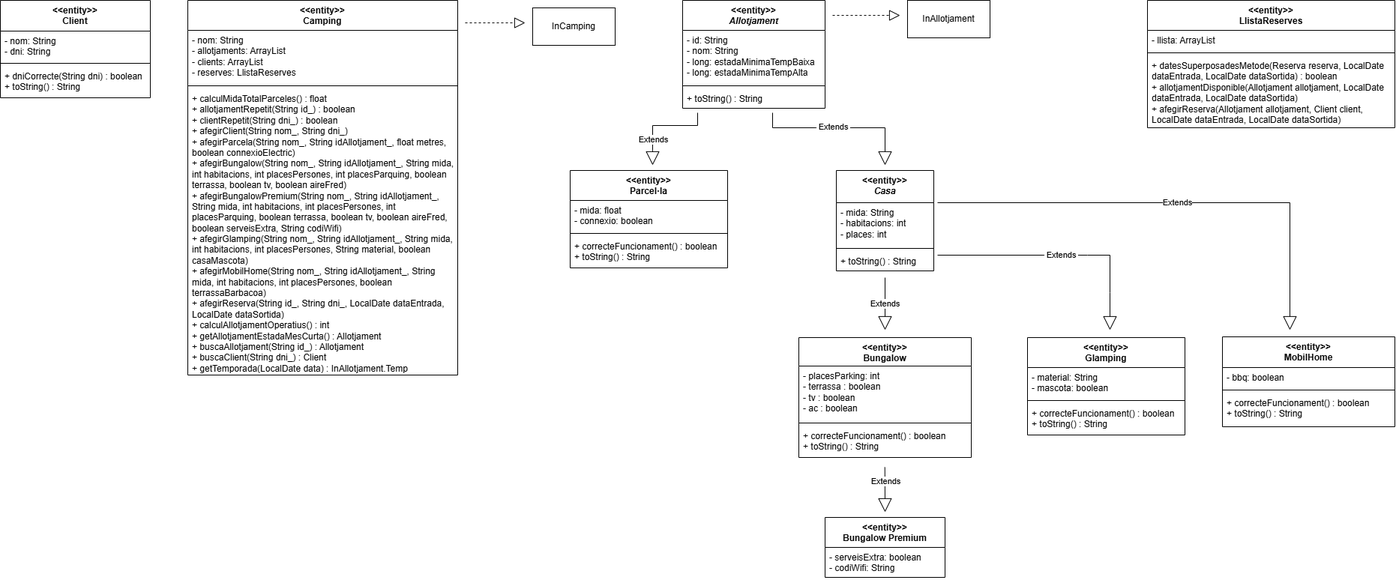
martimiro/Prog-II keeps this draw.io diagram as Practica1.png. Above is the earlier version. Source tidied: cells renumbered, new cells last; positions are measured from the earlier drawing's top-left corner, leaving out a move shared by most shapes. Source of this version:
```xml
<mxGraphModel background="#ffffff">
  <root>
    <mxCell id="0" />
    <mxCell id="1" parent="0" />
    <mxCell id="2" value="&lt;div&gt;&amp;lt;&amp;lt;entity&amp;gt;&amp;gt;&lt;/div&gt;Camping" style="swimlane;fontStyle=1;align=center;verticalAlign=top;horizontal=1;startSize=40;whiteSpace=wrap;html=1;" parent="1" vertex="1">
      <mxGeometry x="250" width="360" height="500" as="geometry" />
    </mxCell>
    <mxCell id="3" value="- nom: String&lt;div&gt;- allotjaments: ArrayList&lt;/div&gt;&lt;div&gt;- clients: ArrayList&lt;/div&gt;&lt;div&gt;- reserves: LlistaReserves&lt;br&gt;&lt;div&gt;&lt;br&gt;&lt;/div&gt;&lt;/div&gt;" style="text;strokeColor=none;fillColor=none;align=left;verticalAlign=top;spacingLeft=4;spacingRight=4;overflow=hidden;whiteSpace=wrap;html=1;" parent="2" vertex="1">
      <mxGeometry y="40" width="360" height="70" as="geometry" />
    </mxCell>
    <mxCell id="4" style="line;strokeWidth=1;fillColor=none;align=left;verticalAlign=middle;spacingTop=-1;spacingLeft=3;spacingRight=3;labelPosition=right;strokeColor=inherit;" parent="2" vertex="1">
      <mxGeometry y="110" width="360" height="8" as="geometry" />
    </mxCell>
    <mxCell id="5" value="+ calculMidaTotalParceles() : float&lt;div&gt;+ allotjamentRepetit(String id_) : boolean&lt;/div&gt;&lt;div&gt;+ clientRepetit(String dni_) : boolean&lt;/div&gt;&lt;div&gt;+ afegirClient(String nom_, String dni_)&lt;/div&gt;&lt;div&gt;+ afegirParcela(String nom_, String idAllotjament_, float metres, boolean connexioElectric)&lt;/div&gt;&lt;div&gt;+&amp;nbsp;afegirBungalow(String nom_, String idAllotjament_, String mida, int habitacions, int placesPersones, int placesParquing, boolean terrassa, boolean tv, boolean aireFred)&lt;/div&gt;&lt;div&gt;+&amp;nbsp;afegirBungalowPremium(String nom_, String idAllotjament_, String mida, int habitacions, int placesPersones, int placesParquing, boolean terrassa, boolean tv, boolean aireFred, boolean serveisExtra, String codiWifi)&lt;/div&gt;&lt;div&gt;+&amp;nbsp;afegirGlamping(String nom_, String idAllotjament_, String mida, int habitacions, int placesPersones, String material, boolean casaMascota)&lt;/div&gt;&lt;div&gt;+&amp;nbsp;afegirMobilHome(String nom_, String idAllotjament_, String mida, int habitacions, int placesPersones, boolean terrassaBarbacoa)&lt;/div&gt;&lt;div&gt;+&amp;nbsp;afegirReserva(String id_, String dni_, LocalDate dataEntrada, LocalDate dataSortida)&lt;/div&gt;&lt;div&gt;+ calculAllotjamentOperatius() : int&lt;/div&gt;&lt;div&gt;+ getAllotjamentEstadaMesCurta() : Allotjament&lt;/div&gt;&lt;div&gt;+ buscaAllotjament(String id_) : Allotjament&lt;/div&gt;&lt;div&gt;+ buscaClient(String dni_) : Client&lt;/div&gt;&lt;div&gt;+ getTemporada(LocalDate data) : InAllotjament.Temp&lt;/div&gt;" style="text;strokeColor=none;fillColor=none;align=left;verticalAlign=top;spacingLeft=4;spacingRight=4;overflow=hidden;whiteSpace=wrap;html=1;" parent="2" vertex="1">
      <mxGeometry y="118" width="360" height="382" as="geometry" />
    </mxCell>
    <mxCell id="6" value="&lt;div&gt;&amp;lt;&amp;lt;entity&amp;gt;&amp;gt;&lt;/div&gt;&lt;i&gt;Allotjament&lt;/i&gt;" style="swimlane;fontStyle=1;align=center;verticalAlign=top;horizontal=1;startSize=40;whiteSpace=wrap;html=1;" parent="1" vertex="1">
      <mxGeometry x="910" width="190" height="144" as="geometry" />
    </mxCell>
    <mxCell id="7" style="endArrow=block;dashed=1;endFill=0;endSize=12;html=1;rounded=0;" parent="6" edge="1">
      <mxGeometry relative="1" as="geometry">
        <mxPoint x="200" y="20" as="sourcePoint" />
        <mxPoint x="290" y="20" as="targetPoint" />
      </mxGeometry>
    </mxCell>
    <mxCell id="8" value="- id: String&lt;div&gt;- nom: String&lt;/div&gt;&lt;div&gt;- long: estadaMinimaTempBaixa&lt;/div&gt;&lt;div&gt;- long: estadaMinimaTempAlta&lt;/div&gt;" style="text;strokeColor=none;fillColor=none;align=left;verticalAlign=top;spacingLeft=4;spacingRight=4;overflow=hidden;whiteSpace=wrap;html=1;" parent="6" vertex="1">
      <mxGeometry y="40" width="190" height="70" as="geometry" />
    </mxCell>
    <mxCell id="9" style="line;strokeWidth=1;fillColor=none;align=left;verticalAlign=middle;spacingTop=-1;spacingLeft=3;spacingRight=3;labelPosition=right;strokeColor=inherit;" parent="6" vertex="1">
      <mxGeometry y="110" width="190" height="8" as="geometry" />
    </mxCell>
    <mxCell id="10" value="+ toString() : String" style="text;strokeColor=none;fillColor=none;align=left;verticalAlign=top;spacingLeft=4;spacingRight=4;overflow=hidden;whiteSpace=wrap;html=1;" parent="6" vertex="1">
      <mxGeometry y="118" width="190" height="26" as="geometry" />
    </mxCell>
    <mxCell id="11" value="&lt;div&gt;&amp;lt;&amp;lt;entity&amp;gt;&amp;gt;&lt;/div&gt;Client" style="swimlane;fontStyle=1;align=center;verticalAlign=top;horizontal=1;startSize=41;whiteSpace=wrap;html=1;" parent="1" vertex="1">
      <mxGeometry width="200" height="130" as="geometry" />
    </mxCell>
    <mxCell id="12" value="- nom: String&lt;div&gt;- dni: String&lt;/div&gt;" style="text;strokeColor=none;fillColor=none;align=left;verticalAlign=top;spacingLeft=4;spacingRight=4;overflow=hidden;whiteSpace=wrap;html=1;" parent="11" vertex="1">
      <mxGeometry y="41" width="200" height="39" as="geometry" />
    </mxCell>
    <mxCell id="13" style="line;strokeWidth=1;fillColor=none;align=left;verticalAlign=middle;spacingTop=-1;spacingLeft=3;spacingRight=3;labelPosition=right;strokeColor=inherit;" parent="11" vertex="1">
      <mxGeometry y="80" width="200" height="8" as="geometry" />
    </mxCell>
    <mxCell id="14" value="+ dniCorrecte(String dni) : boolean&lt;div&gt;+ toString() : String&lt;/div&gt;" style="text;strokeColor=none;fillColor=none;align=left;verticalAlign=top;spacingLeft=4;spacingRight=4;overflow=hidden;whiteSpace=wrap;html=1;" parent="11" vertex="1">
      <mxGeometry y="88" width="200" height="42" as="geometry" />
    </mxCell>
    <mxCell id="15" value="InCamping" style="html=1;whiteSpace=wrap;" parent="1" vertex="1">
      <mxGeometry x="710" y="10" width="110" height="50" as="geometry" />
    </mxCell>
    <mxCell id="16" style="endArrow=block;endSize=16;endFill=0;html=1;rounded=0;" parent="1" edge="1">
      <mxGeometry relative="1" as="geometry">
        <mxPoint x="930" y="150" as="sourcePoint" />
        <mxPoint x="870" y="220" as="targetPoint" />
        <Array as="points">
          <mxPoint x="930" y="167" />
          <mxPoint x="870" y="167" />
          <mxPoint x="870" y="200" />
        </Array>
      </mxGeometry>
    </mxCell>
    <mxCell id="17" value="Extends" style="edgeLabel;html=1;align=center;verticalAlign=middle;" parent="16" vertex="1">
      <mxGeometry x="0.46" relative="1" as="geometry" />
    </mxCell>
    <mxCell id="18" value="&amp;lt;&amp;lt;entity&amp;gt;&amp;gt;&lt;div&gt;Parcel·la&lt;/div&gt;" style="swimlane;fontStyle=1;align=center;verticalAlign=top;horizontal=1;startSize=40;whiteSpace=wrap;html=1;" parent="1" vertex="1">
      <mxGeometry x="760" y="227" width="210" height="130" as="geometry" />
    </mxCell>
    <mxCell id="19" value="- mida: float&lt;div&gt;- connexio: boolean&lt;/div&gt;" style="text;strokeColor=none;fillColor=none;align=left;verticalAlign=top;spacingLeft=4;spacingRight=4;overflow=hidden;whiteSpace=wrap;html=1;" parent="18" vertex="1">
      <mxGeometry y="40" width="210" height="40" as="geometry" />
    </mxCell>
    <mxCell id="20" style="line;strokeWidth=1;fillColor=none;align=left;verticalAlign=middle;spacingTop=-1;spacingLeft=3;spacingRight=3;labelPosition=right;strokeColor=inherit;" parent="18" vertex="1">
      <mxGeometry y="80" width="210" height="8" as="geometry" />
    </mxCell>
    <mxCell id="21" value="+ correcteFuncionament() : boolean&lt;div&gt;+ toString() : String&lt;/div&gt;" style="text;strokeColor=none;fillColor=none;align=left;verticalAlign=top;spacingLeft=4;spacingRight=4;overflow=hidden;whiteSpace=wrap;html=1;" parent="18" vertex="1">
      <mxGeometry y="88" width="210" height="42" as="geometry" />
    </mxCell>
    <mxCell id="22" style="endArrow=block;endSize=16;endFill=0;html=1;rounded=0;" parent="1" edge="1">
      <mxGeometry relative="1" as="geometry">
        <mxPoint x="1030" y="150" as="sourcePoint" />
        <mxPoint x="1180" y="220" as="targetPoint" />
        <Array as="points">
          <mxPoint x="1030" y="170" />
          <mxPoint x="1180" y="170" />
        </Array>
      </mxGeometry>
    </mxCell>
    <mxCell id="23" value="&amp;nbsp;Extends&amp;nbsp;" style="edgeLabel;html=1;align=center;verticalAlign=middle;" parent="22" vertex="1">
      <mxGeometry x="-0.08" y="2" relative="1" as="geometry" />
    </mxCell>
    <mxCell id="24" value="&amp;lt;&amp;lt;entity&amp;gt;&amp;gt;&lt;div&gt;Bungalow&lt;/div&gt;&lt;div&gt;&lt;br&gt;&lt;/div&gt;" style="swimlane;fontStyle=1;align=center;verticalAlign=top;horizontal=1;startSize=38;whiteSpace=wrap;html=1;" parent="1" vertex="1">
      <mxGeometry x="1065" y="450" width="230" height="160" as="geometry" />
    </mxCell>
    <mxCell id="25" value="- placesParking: int&lt;div&gt;- terrassa : boolean&lt;/div&gt;&lt;div&gt;- tv : boolean&lt;/div&gt;&lt;div&gt;- ac : boolean&lt;/div&gt;" style="text;strokeColor=none;fillColor=none;align=left;verticalAlign=top;spacingLeft=4;spacingRight=4;overflow=hidden;whiteSpace=wrap;html=1;" parent="24" vertex="1">
      <mxGeometry y="38" width="230" height="72" as="geometry" />
    </mxCell>
    <mxCell id="26" style="line;strokeWidth=1;fillColor=none;align=left;verticalAlign=middle;spacingTop=-1;spacingLeft=3;spacingRight=3;labelPosition=right;strokeColor=inherit;" parent="24" vertex="1">
      <mxGeometry y="110" width="230" height="8" as="geometry" />
    </mxCell>
    <mxCell id="27" value="+ correcteFuncionament() : boolean&lt;div&gt;+ toString() : String&lt;/div&gt;" style="text;strokeColor=none;fillColor=none;align=left;verticalAlign=top;spacingLeft=4;spacingRight=4;overflow=hidden;whiteSpace=wrap;html=1;" parent="24" vertex="1">
      <mxGeometry y="118" width="230" height="42" as="geometry" />
    </mxCell>
    <mxCell id="28" style="endArrow=block;endSize=16;endFill=0;html=1;rounded=0;" parent="1" edge="1">
      <mxGeometry relative="1" as="geometry">
        <mxPoint x="1179.8" y="623" as="sourcePoint" />
        <mxPoint x="1180" y="683" as="targetPoint" />
      </mxGeometry>
    </mxCell>
    <mxCell id="29" value="Extends" style="edgeLabel;html=1;align=center;verticalAlign=middle;" parent="28" vertex="1">
      <mxGeometry x="-0.4" relative="1" as="geometry" />
    </mxCell>
    <mxCell id="30" value="&amp;lt;&amp;lt;entity&amp;gt;&amp;gt;&lt;br&gt;Bungalow Premium" style="swimlane;fontStyle=1;align=center;verticalAlign=top;horizontal=1;startSize=40;whiteSpace=wrap;html=1;" parent="1" vertex="1">
      <mxGeometry x="1100" y="690" width="160" height="80" as="geometry" />
    </mxCell>
    <mxCell id="31" value="- serveisExtra: boolean&lt;div&gt;- codiWifi: String&lt;/div&gt;" style="text;strokeColor=none;fillColor=none;align=left;verticalAlign=top;spacingLeft=4;spacingRight=4;overflow=hidden;whiteSpace=wrap;html=1;" parent="30" vertex="1">
      <mxGeometry y="40" width="160" height="40" as="geometry" />
    </mxCell>
    <mxCell id="32" value="InAllotjament" style="html=1;whiteSpace=wrap;" parent="1" vertex="1">
      <mxGeometry x="1210" width="110" height="50" as="geometry" />
    </mxCell>
    <mxCell id="33" value="&amp;lt;&amp;lt;entity&amp;gt;&amp;gt;&lt;div&gt;&lt;i&gt;Casa&lt;/i&gt;&lt;/div&gt;" style="swimlane;fontStyle=1;align=center;verticalAlign=top;horizontal=1;startSize=43;whiteSpace=wrap;html=1;" parent="1" vertex="1">
      <mxGeometry x="1115" y="227" width="130" height="134" as="geometry" />
    </mxCell>
    <mxCell id="34" value="- mida: String&lt;div&gt;- habitacions: int&lt;/div&gt;&lt;div&gt;- places: int&lt;/div&gt;" style="text;strokeColor=none;fillColor=none;align=left;verticalAlign=top;spacingLeft=4;spacingRight=4;overflow=hidden;whiteSpace=wrap;html=1;" parent="33" vertex="1">
      <mxGeometry y="43" width="130" height="57" as="geometry" />
    </mxCell>
    <mxCell id="35" style="line;strokeWidth=1;fillColor=none;align=left;verticalAlign=middle;spacingTop=-1;spacingLeft=3;spacingRight=3;labelPosition=right;strokeColor=inherit;" parent="33" vertex="1">
      <mxGeometry y="100" width="130" height="8" as="geometry" />
    </mxCell>
    <mxCell id="36" value="+ toString() : String" style="text;strokeColor=none;fillColor=none;align=left;verticalAlign=top;spacingLeft=4;spacingRight=4;overflow=hidden;whiteSpace=wrap;html=1;" parent="33" vertex="1">
      <mxGeometry y="108" width="130" height="26" as="geometry" />
    </mxCell>
    <mxCell id="37" value="Extends" style="endArrow=block;endSize=16;endFill=0;html=1;rounded=0;" parent="1" edge="1">
      <mxGeometry relative="1" as="geometry">
        <mxPoint x="1180" y="370" as="sourcePoint" />
        <mxPoint x="1180" y="440" as="targetPoint" />
      </mxGeometry>
    </mxCell>
    <mxCell id="38" value="&amp;nbsp;Extends&amp;nbsp;" style="endArrow=block;endSize=16;endFill=0;html=1;rounded=0;" parent="1" edge="1">
      <mxGeometry relative="1" as="geometry">
        <mxPoint x="1250" y="340" as="sourcePoint" />
        <mxPoint x="1480" y="440" as="targetPoint" />
        <Array as="points">
          <mxPoint x="1450" y="340" />
          <mxPoint x="1480" y="340" />
          <mxPoint x="1480" y="390" />
        </Array>
      </mxGeometry>
    </mxCell>
    <mxCell id="39" value="&amp;lt;&amp;lt;entity&amp;gt;&amp;gt;&lt;div&gt;Glamping&lt;/div&gt;" style="swimlane;fontStyle=1;align=center;verticalAlign=top;horizontal=1;startSize=40;whiteSpace=wrap;html=1;" parent="1" vertex="1">
      <mxGeometry x="1370" y="450" width="210" height="130" as="geometry" />
    </mxCell>
    <mxCell id="40" value="- material: String&lt;div&gt;- mascota: boolean&lt;/div&gt;" style="text;strokeColor=none;fillColor=none;align=left;verticalAlign=top;spacingLeft=4;spacingRight=4;overflow=hidden;whiteSpace=wrap;html=1;" parent="39" vertex="1">
      <mxGeometry y="40" width="210" height="40" as="geometry" />
    </mxCell>
    <mxCell id="41" style="line;strokeWidth=1;fillColor=none;align=left;verticalAlign=middle;spacingTop=-1;spacingLeft=3;spacingRight=3;labelPosition=right;strokeColor=inherit;" parent="39" vertex="1">
      <mxGeometry y="80" width="210" height="8" as="geometry" />
    </mxCell>
    <mxCell id="42" value="+ correcteFuncionament() : boolean&lt;div&gt;+ toString() : String&lt;/div&gt;" style="text;strokeColor=none;fillColor=none;align=left;verticalAlign=top;spacingLeft=4;spacingRight=4;overflow=hidden;whiteSpace=wrap;html=1;" parent="39" vertex="1">
      <mxGeometry y="88" width="210" height="42" as="geometry" />
    </mxCell>
    <mxCell id="43" value="&lt;div&gt;&amp;lt;&amp;lt;entity&amp;gt;&amp;gt;&lt;/div&gt;LlistaReserves" style="swimlane;fontStyle=1;align=center;verticalAlign=top;horizontal=1;startSize=40;whiteSpace=wrap;html=1;" parent="1" vertex="1">
      <mxGeometry x="1530" width="330" height="170" as="geometry" />
    </mxCell>
    <mxCell id="44" value="- llista: ArrayList" style="text;strokeColor=none;fillColor=none;align=left;verticalAlign=top;spacingLeft=4;spacingRight=4;overflow=hidden;whiteSpace=wrap;html=1;" parent="43" vertex="1">
      <mxGeometry y="40" width="330" height="26" as="geometry" />
    </mxCell>
    <mxCell id="45" style="line;strokeWidth=1;fillColor=none;align=left;verticalAlign=middle;spacingTop=-1;spacingLeft=3;spacingRight=3;labelPosition=right;strokeColor=inherit;" parent="43" vertex="1">
      <mxGeometry y="66" width="330" height="8" as="geometry" />
    </mxCell>
    <mxCell id="46" value="+&amp;nbsp;datesSuperposadesMetode(Reserva reserva, LocalDate dataEntrada, LocalDate dataSortida) : boolean&lt;div&gt;+&amp;nbsp;allotjamentDisponible(Allotjament allotjament, LocalDate dataEntrada, LocalDate dataSortida)&lt;/div&gt;&lt;div&gt;+ afegirReserva(Allotjament allotjament, Client client, LocalDate dataEntrada, LocalDate dataSortida)&lt;/div&gt;" style="text;strokeColor=none;fillColor=none;align=left;verticalAlign=top;spacingLeft=4;spacingRight=4;overflow=hidden;whiteSpace=wrap;html=1;" parent="43" vertex="1">
      <mxGeometry y="74" width="330" height="96" as="geometry" />
    </mxCell>
    <mxCell id="47" style="endArrow=block;dashed=1;endFill=0;endSize=12;html=1;rounded=0;" parent="1" edge="1">
      <mxGeometry relative="1" as="geometry">
        <mxPoint x="620" y="30" as="sourcePoint" />
        <mxPoint x="700" y="30" as="targetPoint" />
      </mxGeometry>
    </mxCell>
    <mxCell id="48" value="Extends" style="endArrow=block;endSize=16;endFill=0;html=1;rounded=0;" parent="1" edge="1">
      <mxGeometry relative="1" as="geometry">
        <mxPoint x="1250" y="270" as="sourcePoint" />
        <mxPoint x="1720" y="440" as="targetPoint" />
        <Array as="points">
          <mxPoint x="1720" y="270" />
        </Array>
      </mxGeometry>
    </mxCell>
    <mxCell id="49" value="&amp;lt;&amp;lt;entity&amp;gt;&amp;gt;&lt;div&gt;MobilHome&lt;/div&gt;" style="swimlane;fontStyle=1;align=center;verticalAlign=top;horizontal=1;startSize=41;whiteSpace=wrap;html=1;" parent="1" vertex="1">
      <mxGeometry x="1630" y="449" width="230" height="120" as="geometry" />
    </mxCell>
    <mxCell id="50" value="- bbq: boolean" style="text;strokeColor=none;fillColor=none;align=left;verticalAlign=top;spacingLeft=4;spacingRight=4;overflow=hidden;whiteSpace=wrap;html=1;" parent="49" vertex="1">
      <mxGeometry y="41" width="230" height="26" as="geometry" />
    </mxCell>
    <mxCell id="51" style="line;strokeWidth=1;fillColor=none;align=left;verticalAlign=middle;spacingTop=-1;spacingLeft=3;spacingRight=3;labelPosition=right;strokeColor=inherit;" parent="49" vertex="1">
      <mxGeometry y="67" width="230" height="8" as="geometry" />
    </mxCell>
    <mxCell id="52" value="+ correcteFuncionament() : boolean&lt;div&gt;+ toString() : String&lt;/div&gt;" style="text;strokeColor=none;fillColor=none;align=left;verticalAlign=top;spacingLeft=4;spacingRight=4;overflow=hidden;whiteSpace=wrap;html=1;" parent="49" vertex="1">
      <mxGeometry y="75" width="230" height="45" as="geometry" />
    </mxCell>
  </root>
</mxGraphModel>
```
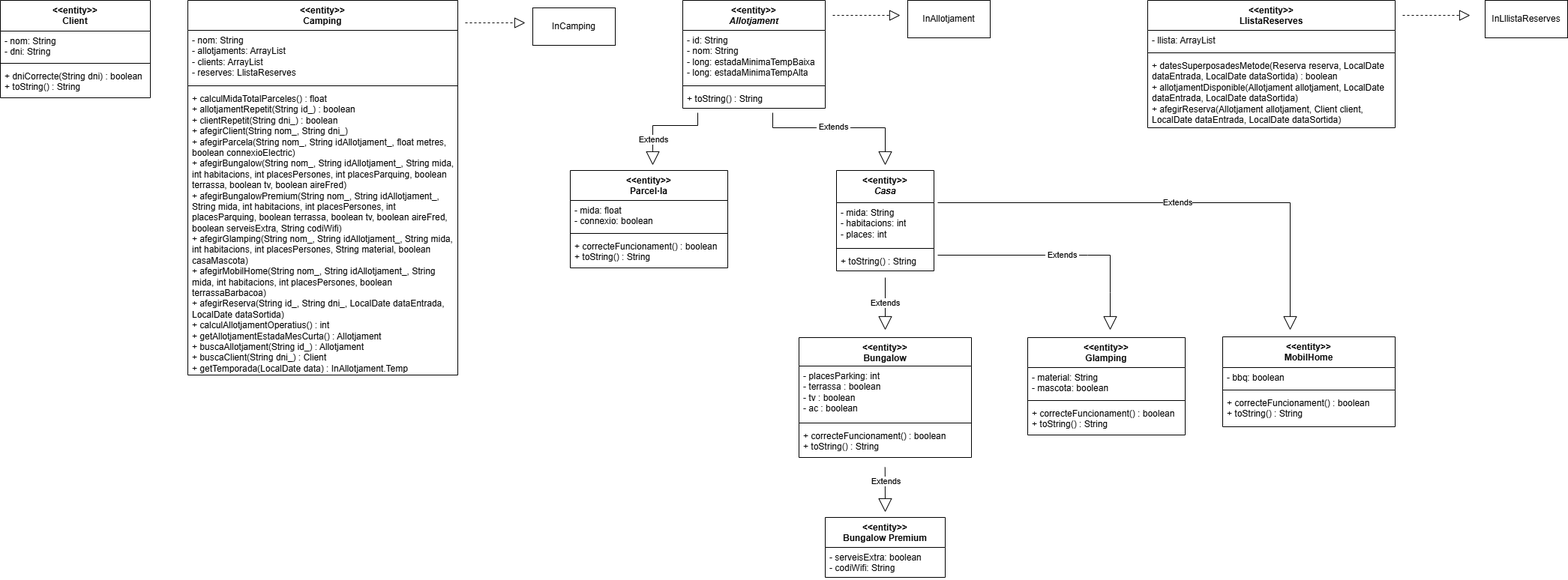
Later version of the same file.

The edit, as a diff of the source:
```diff
@@ -196,5 +196,14 @@
     <mxCell id="52" value="+ correcteFuncionament() : boolean&lt;div&gt;+ toString() : String&lt;/div&gt;" style="text;strokeColor=none;fillColor=none;align=left;verticalAlign=top;spacingLeft=4;spacingRight=4;overflow=hidden;whiteSpace=wrap;html=1;" parent="49" vertex="1">
       <mxGeometry y="75" width="230" height="45" as="geometry" />
     </mxCell>
+    <mxCell id="53" style="endArrow=block;dashed=1;endFill=0;endSize=12;html=1;rounded=0;" parent="1" edge="1">
+      <mxGeometry relative="1" as="geometry">
+        <mxPoint x="1870" y="20" as="sourcePoint" />
+        <mxPoint x="1960" y="20" as="targetPoint" />
+      </mxGeometry>
+    </mxCell>
+    <mxCell id="54" value="InLllistaReserves" style="html=1;whiteSpace=wrap;" parent="1" vertex="1">
+      <mxGeometry x="1980" width="110" height="50" as="geometry" />
+    </mxCell>
   </root>
 </mxGraphModel>
```
